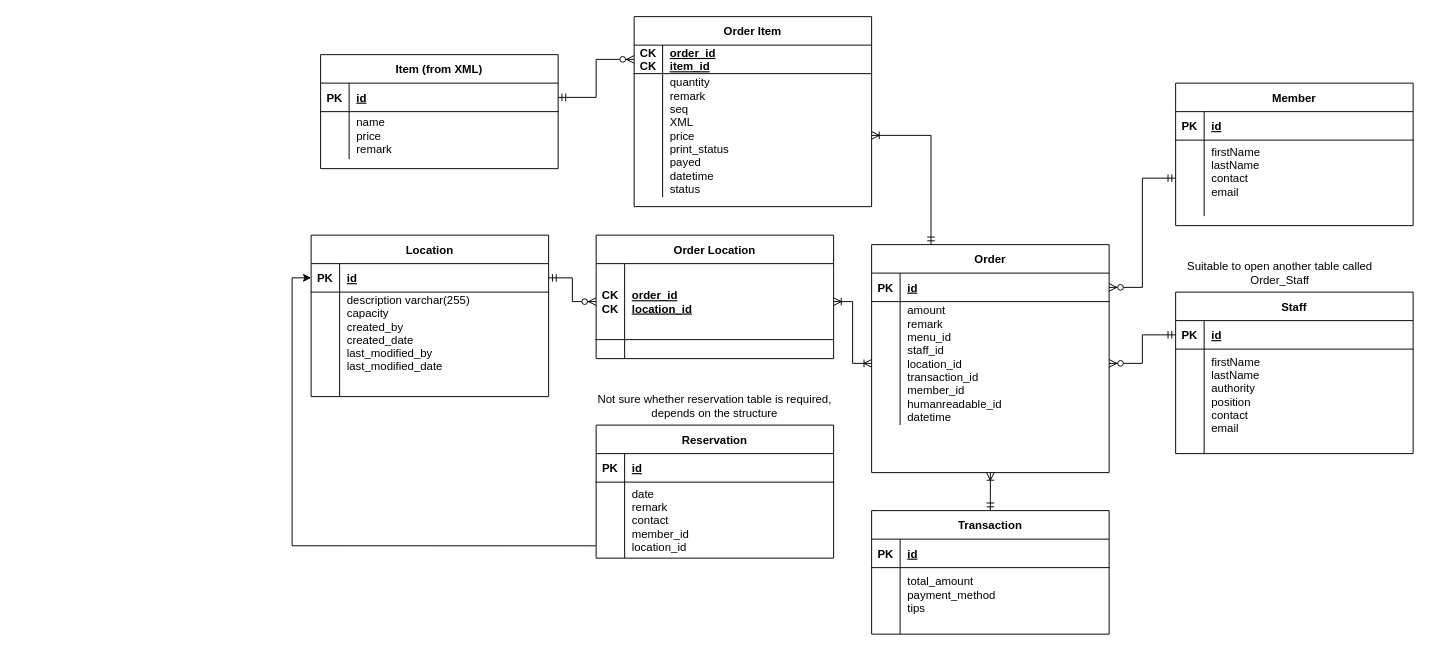
Before: Documentation/GastroManager_02.drawio in GregorGT/GastroManager, a draw.io diagram. Source tidied: cells renumbered, new cells numbered last; positions are measured from the earlier drawing's top-left corner, leaving out a move shared by most shapes. Both pictures are drawn from the tidied source at 95%, with x=0, y=0 at pixel (311, 16).
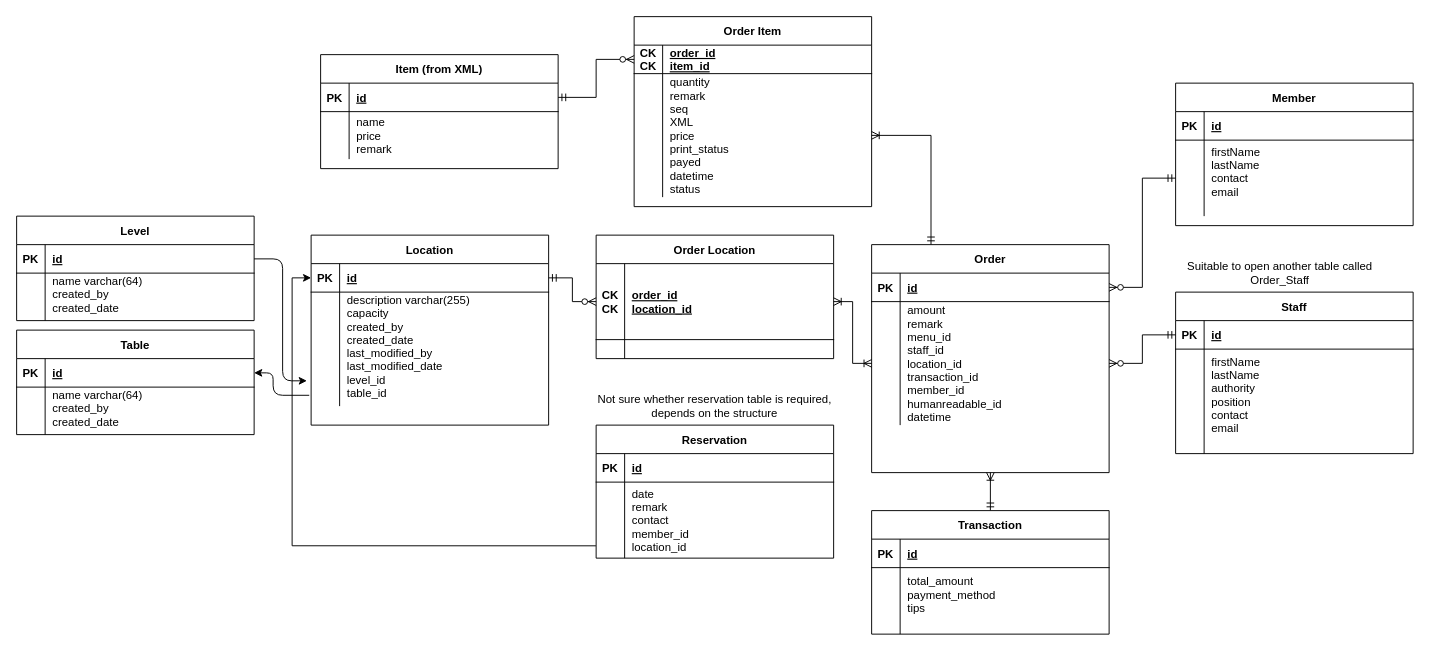
The same diagram, later.

Commit message:
updating UML Backend chart.

The edit, as a diff of the source:
```diff
@@
     <mxCell id="26" value="Location" style="shape=table;startSize=30;childLayout=tableLayout;rowLines=0;fontStyle=1;align=center;" parent="1" vertex="1">
-      <mxGeometry y="230" width="250" height="170" as="geometry" />
+      <mxGeometry y="230" width="250" height="200" as="geometry" />
     </mxCell>
@@
     <mxCell id="30" style="shape=partialRectangle;fillColor=none;points=[[0,0.5],[1,0.5]];portConstraint=eastwest;top=0;left=0;right=0;bottom=0;" parent="26" vertex="1">
-      <mxGeometry y="60" width="250" height="110" as="geometry" />
+      <mxGeometry y="60" width="250" height="120" as="geometry" />
     </mxCell>
     <mxCell id="31" style="shape=partialRectangle;overflow=hidden;fillColor=none;top=0;left=0;bottom=0;right=0;" parent="30" vertex="1">
-      <mxGeometry width="30" height="110" as="geometry" />
+      <mxGeometry width="30" height="120" as="geometry" />
     </mxCell>
-    <mxCell id="32" value="description varchar(255) &#10;capacity&#10;created_by&#10;created_date&#10;last_modified_by&#10;last_modified_date&#10;&#10;" style="shape=partialRectangle;overflow=hidden;fillColor=none;top=0;left=0;bottom=0;right=0;align=left;spacingLeft=6;" parent="30" vertex="1">
-      <mxGeometry x="30" width="220" height="110" as="geometry" />
+    <mxCell id="32" value="description varchar(255) &#10;capacity&#10;created_by&#10;created_date&#10;last_modified_by&#10;last_modified_date&#10;level_id&#10;table_id&#10;&#10;" style="shape=partialRectangle;overflow=hidden;fillColor=none;top=0;left=0;bottom=0;right=0;align=left;spacingLeft=6;" parent="30" vertex="1">
+      <mxGeometry x="30" width="220" height="120" as="geometry" />
     </mxCell>
@@
+    <mxCell id="75" value="Level" style="shape=table;startSize=30;childLayout=tableLayout;rowLines=0;fontStyle=1;align=center;" parent="1" vertex="1">
+      <mxGeometry x="-310" y="210" width="250" height="110" as="geometry" />
+    </mxCell>
+    <mxCell id="76" style="shape=partialRectangle;fillColor=none;points=[[0,0.5],[1,0.5]];portConstraint=eastwest;top=0;left=0;right=0;bottom=1;" parent="75" vertex="1">
+      <mxGeometry y="30" width="250" height="30" as="geometry" />
+    </mxCell>
+    <mxCell id="77" value="PK" style="shape=partialRectangle;overflow=hidden;fillColor=none;top=0;left=0;bottom=0;right=0;fontStyle=1;" parent="76" vertex="1">
+      <mxGeometry width="30" height="30" as="geometry" />
+    </mxCell>
+    <mxCell id="78" value="id" style="shape=partialRectangle;overflow=hidden;fillColor=none;top=0;left=0;bottom=0;right=0;align=left;spacingLeft=6;fontStyle=5;" parent="76" vertex="1">
+      <mxGeometry x="30" width="220" height="30" as="geometry" />
+    </mxCell>
+    <mxCell id="79" style="shape=partialRectangle;fillColor=none;top=0;left=0;right=0;bottom=0;" parent="75" vertex="1">
+      <mxGeometry y="60" width="250" height="50" as="geometry" />
+    </mxCell>
+    <mxCell id="80" style="shape=partialRectangle;overflow=hidden;fillColor=none;top=0;left=0;bottom=0;right=0;" parent="79" vertex="1">
+      <mxGeometry width="30" height="50" as="geometry" />
+    </mxCell>
+    <mxCell id="81" value="name varchar(64) &#10;created_by&#10;created_date&#10;&#10;" style="shape=partialRectangle;overflow=hidden;fillColor=none;top=0;left=0;bottom=0;right=0;align=left;spacingLeft=6;" parent="79" vertex="1">
+      <mxGeometry x="30" width="220" height="50" as="geometry" />
+    </mxCell>
+    <mxCell id="82" value="Table" style="shape=table;startSize=30;childLayout=tableLayout;rowLines=0;fontStyle=1;align=center;" parent="1" vertex="1">
+      <mxGeometry x="-310" y="330" width="250" height="110" as="geometry" />
+    </mxCell>
+    <mxCell id="83" style="shape=partialRectangle;fillColor=none;points=[[0,0.5],[1,0.5]];portConstraint=eastwest;top=0;left=0;right=0;bottom=1;" parent="82" vertex="1">
+      <mxGeometry y="30" width="250" height="30" as="geometry" />
+    </mxCell>
+    <mxCell id="84" value="PK" style="shape=partialRectangle;overflow=hidden;fillColor=none;top=0;left=0;bottom=0;right=0;fontStyle=1;" parent="83" vertex="1">
+      <mxGeometry width="30" height="30" as="geometry" />
+    </mxCell>
+    <mxCell id="85" value="id" style="shape=partialRectangle;overflow=hidden;fillColor=none;top=0;left=0;bottom=0;right=0;align=left;spacingLeft=6;fontStyle=5;" parent="83" vertex="1">
+      <mxGeometry x="30" width="220" height="30" as="geometry" />
+    </mxCell>
+    <mxCell id="86" style="shape=partialRectangle;fillColor=none;top=0;left=0;right=0;bottom=0;" parent="82" vertex="1">
+      <mxGeometry y="60" width="250" height="50" as="geometry" />
+    </mxCell>
+    <mxCell id="87" style="shape=partialRectangle;overflow=hidden;fillColor=none;top=0;left=0;bottom=0;right=0;" parent="86" vertex="1">
+      <mxGeometry width="30" height="50" as="geometry" />
+    </mxCell>
+    <mxCell id="88" value="name varchar(64) &#10;created_by&#10;created_date&#10;&#10;" style="shape=partialRectangle;overflow=hidden;fillColor=none;top=0;left=0;bottom=0;right=0;align=left;spacingLeft=6;" parent="86" vertex="1">
+      <mxGeometry x="30" width="220" height="50" as="geometry" />
+    </mxCell>
+    <mxCell id="89" style="edgeStyle=orthogonalEdgeStyle;rounded=1;jettySize=auto;html=1;entryX=1;entryY=0.5;entryDx=0;entryDy=0;exitX=-0.008;exitY=0.905;exitDx=0;exitDy=0;exitPerimeter=0;" parent="1" edge="1" source="30" target="83">
+      <mxGeometry relative="1" as="geometry">
+        <Array as="points">
+          <mxPoint x="-40" y="399" />
+          <mxPoint x="-40" y="375" />
+        </Array>
+      </mxGeometry>
+    </mxCell>
+    <mxCell id="90" style="rounded=1;jettySize=auto;html=1;exitX=1;exitY=0.5;exitDx=0;exitDy=0;entryX=-0.018;entryY=0.778;entryDx=0;entryDy=0;entryPerimeter=0;edgeStyle=orthogonalEdgeStyle;" parent="1" edge="1" source="76" target="30">
+      <mxGeometry relative="1" as="geometry" />
+    </mxCell>
```
